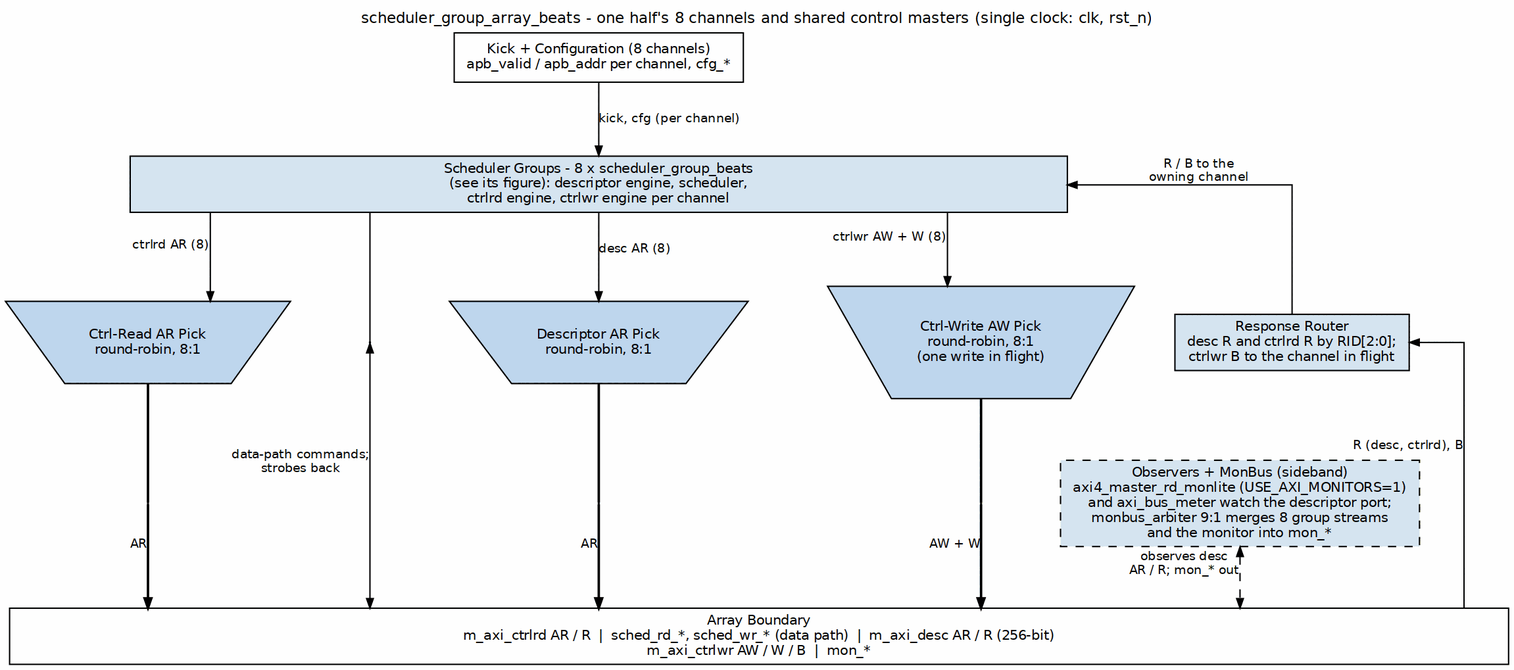
The Graphviz diagram projects/components/dma-ip/rapids/docs/rapids_beats_mas/assets/graphviz/11_scheduler_group_array.png in sean-galloway/RTLDesignSherpa, before a commit. Its source is kept beside it as projects/components/dma-ip/rapids/docs/rapids_beats_mas/assets/graphviz/11_scheduler_group_array.dot. Its diagram source:
```dot
digraph scheduler_group_array_beats {
    graph [rankdir=TB, bgcolor="white", fontname="Helvetica", fontsize=11,
           nodesep="0.40", ranksep="0.60", splines=ortho,
           label="scheduler_group_array_beats - one half's 8 channels and shared control masters (single clock: clk, rst_n)",
           labelloc=t, labeljust=c];
    node  [fontname="Helvetica", fontsize=10, shape=box, style=filled,
           fillcolor="#D6E4F0", color="black", margin="0.12,0.06"];
    edge  [fontname="Helvetica", fontsize=9, color="black", arrowsize=0.7];

    kick  [label="Kick + Configuration (8 channels)\napb_valid / apb_addr per channel, cfg_*", fillcolor="white", group=C];
    grp   [label="Scheduler Groups - 8 x scheduler_group_beats\n(see its figure): descriptor engine, scheduler,\nctrlrd engine, ctrlwr engine per channel", width=9.5, group=C];

    crarb [label="Ctrl-Read AR Pick\nround-robin, 8:1", shape=invtrapezium, width=2.4, fillcolor="#BFD7EE", group=G1];
    darb  [label="Descriptor AR Pick\nround-robin, 8:1", shape=invtrapezium, width=2.4, fillcolor="#BFD7EE", group=G2];
    cwarb [label="Ctrl-Write AW Pick\nround-robin, 8:1\n(one write in flight)", shape=invtrapezium, width=2.6, fillcolor="#BFD7EE", group=R];
    rsp   [label="Response Router\ndesc R and ctrlrd R by RID[2:0];\nctrlwr B to the channel in flight", group=RR];
    mon   [label="Observers + MonBus (sideband)
axi4_master_rd_monlite (USE_AXI_MONITORS=1)
and axi_bus_meter watch the descriptor port;
monbus_arbiter 9:1 merges 8 group streams
and the monitor into mon_*", style="filled,dashed", group=M];

    bar [label="Array Boundary\nm_axi_ctrlrd AR / R  |  sched_rd_*, sched_wr_* (data path)  |  m_axi_desc AR / R (256-bit)\nm_axi_ctrlwr AW / W / B  |  mon_*",
         fillcolor="white", width=15.2];

    kick  -> grp   [label="kick, cfg (per channel)"];
    grp   -> crarb [xlabel="ctrlrd AR (8)"];
    grp   -> darb  [label="desc AR (8)"];
    grp   -> cwarb [xlabel="ctrlwr AW + W (8)"];
    p_cr [shape=point, width=0.01, group=G1];
    crarb -> p_cr [arrowhead=none, penwidth=1.8];
    p_cr -> bar [xlabel="AR", penwidth=1.8];
    p_d [shape=point, width=0.01, group=G2];
    darb -> p_d [arrowhead=none, penwidth=1.8];
    p_d -> bar [xlabel="AR", penwidth=1.8];
    p_cw [shape=point, width=0.01, group=R];
    cwarb -> p_cw [arrowhead=none, penwidth=1.8];
    p_cw -> bar [xlabel="AW + W", penwidth=1.8];
    { rank=same; p_cr; p_d; p_cw; mon; }
    grp   -> rsp   [dir=back, xlabel="R / B to the\nowning channel"];
    rsp   -> bar   [dir=back, xlabel="R (desc, ctrlrd), B"];
    mon   -> bar   [dir=both, style=dashed, xlabel="observes desc\nAR / R; mon_* out"];

    p_cmd [shape=point, width=0.01, group=X];
    { rank=same; p_cmd; crarb; darb; cwarb; }
    grp -> p_cmd [arrowhead=none];
    p_cmd -> bar [dir=both, xlabel="data-path commands;\nstrobes back"];
    crarb -> p_cmd [style=invis];
    p_cmd -> darb [style=invis];
    darb -> cwarb [style=invis];
    rsp -> mon [style=invis];
    p_cw -> mon [style=invis];
}
```
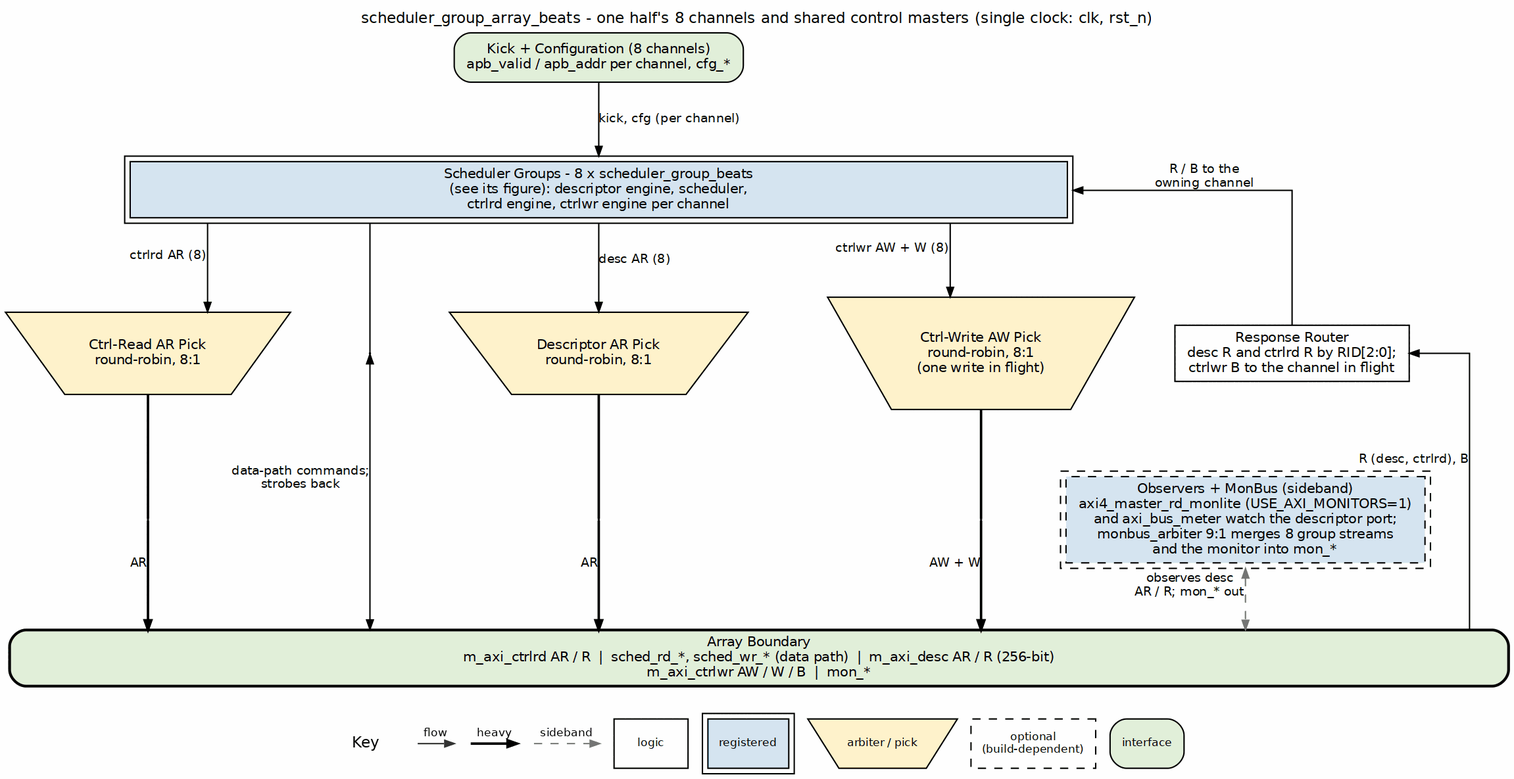
The same diagram one commit later.

The edit, as a diff of the source:
```diff
@@ -4,24 +4,24 @@
            label="scheduler_group_array_beats - one half's 8 channels and shared control masters (single clock: clk, rst_n)",
            labelloc=t, labeljust=c];
     node  [fontname="Helvetica", fontsize=10, shape=box, style=filled,
-           fillcolor="#D6E4F0", color="black", margin="0.12,0.06"];
+           fillcolor="white", color="black", margin="0.12,0.06"];
     edge  [fontname="Helvetica", fontsize=9, color="black", arrowsize=0.7];
 
-    kick  [label="Kick + Configuration (8 channels)\napb_valid / apb_addr per channel, cfg_*", fillcolor="white", group=C];
-    grp   [label="Scheduler Groups - 8 x scheduler_group_beats\n(see its figure): descriptor engine, scheduler,\nctrlrd engine, ctrlwr engine per channel", width=9.5, group=C];
+    kick  [label="Kick + Configuration (8 channels)\napb_valid / apb_addr per channel, cfg_*", fillcolor="white", group=C, style="rounded,filled", fillcolor="#E2EFDA"];
+    grp   [label="Scheduler Groups - 8 x scheduler_group_beats\n(see its figure): descriptor engine, scheduler,\nctrlrd engine, ctrlwr engine per channel", width=9.5, group=C, peripheries=2, style="filled", fillcolor="#D6E4F0"];
 
-    crarb [label="Ctrl-Read AR Pick\nround-robin, 8:1", shape=invtrapezium, width=2.4, fillcolor="#BFD7EE", group=G1];
-    darb  [label="Descriptor AR Pick\nround-robin, 8:1", shape=invtrapezium, width=2.4, fillcolor="#BFD7EE", group=G2];
-    cwarb [label="Ctrl-Write AW Pick\nround-robin, 8:1\n(one write in flight)", shape=invtrapezium, width=2.6, fillcolor="#BFD7EE", group=R];
-    rsp   [label="Response Router\ndesc R and ctrlrd R by RID[2:0];\nctrlwr B to the channel in flight", group=RR];
+    crarb [label="Ctrl-Read AR Pick\nround-robin, 8:1", shape=invtrapezium, width=2.4, fillcolor="#BFD7EE", group=G1, style="filled", fillcolor="#FFF2CC"];
+    darb  [label="Descriptor AR Pick\nround-robin, 8:1", shape=invtrapezium, width=2.4, fillcolor="#BFD7EE", group=G2, style="filled", fillcolor="#FFF2CC"];
+    cwarb [label="Ctrl-Write AW Pick\nround-robin, 8:1\n(one write in flight)", shape=invtrapezium, width=2.6, fillcolor="#BFD7EE", group=R, style="filled", fillcolor="#FFF2CC"];
+    rsp   [label="Response Router\ndesc R and ctrlrd R by RID[2:0];\nctrlwr B to the channel in flight", group=RR, style="filled", fillcolor="white"];
     mon   [label="Observers + MonBus (sideband)
 axi4_master_rd_monlite (USE_AXI_MONITORS=1)
 and axi_bus_meter watch the descriptor port;
 monbus_arbiter 9:1 merges 8 group streams
-and the monitor into mon_*", style="filled,dashed", group=M];
+and the monitor into mon_*", style="filled,dashed", group=M, peripheries=2, style="filled,dashed", fillcolor="#D6E4F0"];
 
     bar [label="Array Boundary\nm_axi_ctrlrd AR / R  |  sched_rd_*, sched_wr_* (data path)  |  m_axi_desc AR / R (256-bit)\nm_axi_ctrlwr AW / W / B  |  mon_*",
-         fillcolor="white", width=15.2];
+         fillcolor="white", width=15.2, style="rounded,filled,bold", fillcolor="#E2EFDA"];
 
     kick  -> grp   [label="kick, cfg (per channel)"];
     grp   -> crarb [xlabel="ctrlrd AR (8)"];
@@ -39,7 +39,7 @@
     { rank=same; p_cr; p_d; p_cw; mon; }
     grp   -> rsp   [dir=back, xlabel="R / B to the\nowning channel"];
     rsp   -> bar   [dir=back, xlabel="R (desc, ctrlrd), B"];
-    mon   -> bar   [dir=both, style=dashed, xlabel="observes desc\nAR / R; mon_* out"];
+    mon   -> bar   [dir=both, style=dashed, color="#777777", xlabel="observes desc\nAR / R; mon_* out"];
 
     p_cmd [shape=point, width=0.01, group=X];
     { rank=same; p_cmd; crarb; darb; cwarb; }
```
